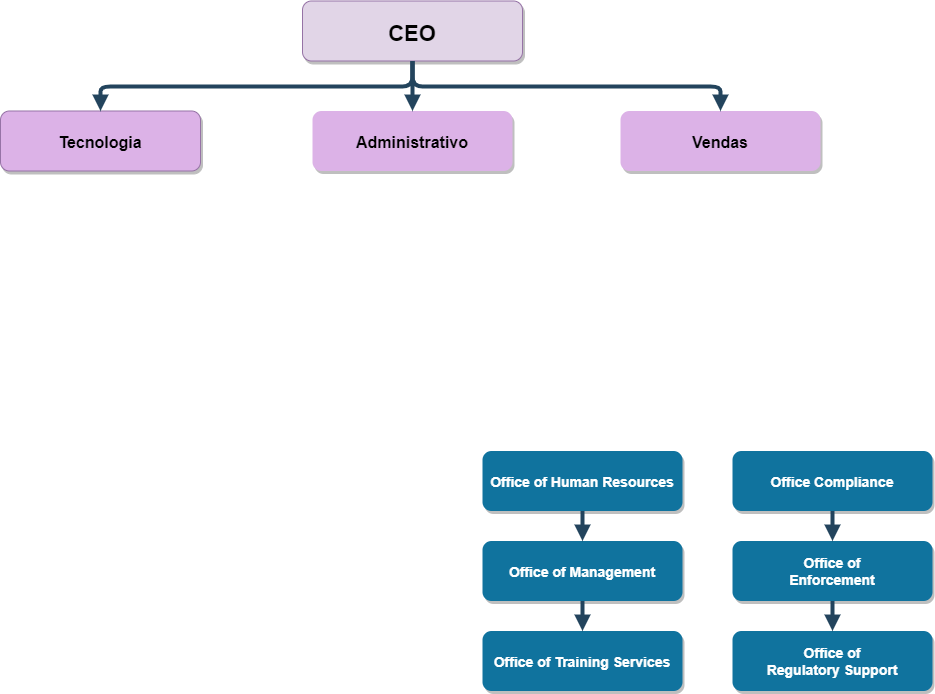
Above: Diagrama sem nome.drawio.png in leitoraincomum/Repl.it (draw.io), before the change. Source tidied: cells renumbered, new cells last; positions are measured from the earlier drawing's top-left corner, leaving out a move shared by most shapes.
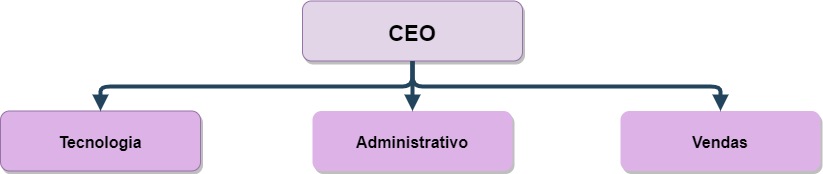
Above is the later version.

What changed in the source:
```diff
@@ -14,24 +14,6 @@
     <mxCell id="5" value="Vendas" style="rounded=1;fillColor=#DCB2E7;strokeColor=none;shadow=1;gradientColor=none;fontStyle=1;fontColor=#000000;fontSize=16;" parent="1" vertex="1">
       <mxGeometry x="620" y="109.5" width="200" height="60" as="geometry" />
     </mxCell>
-    <mxCell id="6" value="Office of Human Resources" style="rounded=1;fillColor=#10739E;strokeColor=none;shadow=1;gradientColor=none;fontStyle=1;fontColor=#FFFFFF;fontSize=14;" parent="1" vertex="1">
-      <mxGeometry x="482" y="449.5" width="200" height="60" as="geometry" />
-    </mxCell>
-    <mxCell id="7" value="Office of Management " style="rounded=1;fillColor=#10739E;strokeColor=none;shadow=1;gradientColor=none;fontStyle=1;fontColor=#FFFFFF;fontSize=14;" parent="1" vertex="1">
-      <mxGeometry x="482" y="539.5" width="200" height="60" as="geometry" />
-    </mxCell>
-    <mxCell id="8" value="Office of Training Services" style="rounded=1;fillColor=#10739E;strokeColor=none;shadow=1;gradientColor=none;fontStyle=1;fontColor=#FFFFFF;fontSize=14;" parent="1" vertex="1">
-      <mxGeometry x="482" y="629.5" width="200" height="60" as="geometry" />
-    </mxCell>
-    <mxCell id="9" value="Office Compliance" style="rounded=1;fillColor=#10739E;strokeColor=none;shadow=1;gradientColor=none;fontStyle=1;fontColor=#FFFFFF;fontSize=14;" parent="1" vertex="1">
-      <mxGeometry x="732" y="449.5" width="200" height="60" as="geometry" />
-    </mxCell>
-    <mxCell id="10" value="Office of &#10;Enforcement" style="rounded=1;fillColor=#10739E;strokeColor=none;shadow=1;gradientColor=none;fontStyle=1;fontColor=#FFFFFF;fontSize=14;" parent="1" vertex="1">
-      <mxGeometry x="732" y="539.5" width="200" height="60" as="geometry" />
-    </mxCell>
-    <mxCell id="11" value="Office of&#10; Regulatory Support" style="rounded=1;fillColor=#10739E;strokeColor=none;shadow=1;gradientColor=none;fontStyle=1;fontColor=#FFFFFF;fontSize=14;" parent="1" vertex="1">
-      <mxGeometry x="732" y="629.5" width="200" height="60" as="geometry" />
-    </mxCell>
     <mxCell id="12" style="edgeStyle=elbowEdgeStyle;elbow=vertical;strokeWidth=4;endArrow=block;endFill=1;fontStyle=1;strokeColor=#23445D;" parent="1" edge="1" source="2" target="4">
       <mxGeometry x="22" y="165.5" as="geometry" />
     </mxCell>
@@ -41,17 +23,5 @@
     <mxCell id="14" style="edgeStyle=elbowEdgeStyle;elbow=vertical;strokeWidth=4;endArrow=block;endFill=1;fontStyle=1;strokeColor=#23445D;" parent="1" edge="1" source="2" target="5">
       <mxGeometry x="22" y="165.5" as="geometry" />
     </mxCell>
-    <mxCell id="15" style="edgeStyle=elbowEdgeStyle;elbow=vertical;strokeWidth=4;endArrow=block;endFill=1;fontStyle=1;strokeColor=#23445D;" parent="1" edge="1" source="6" target="7">
-      <mxGeometry x="72" y="185.5" as="geometry" />
-    </mxCell>
-    <mxCell id="16" style="edgeStyle=elbowEdgeStyle;elbow=vertical;strokeWidth=4;endArrow=block;endFill=1;fontStyle=1;strokeColor=#23445D;" parent="1" edge="1" source="7" target="8">
-      <mxGeometry x="72" y="195.5" as="geometry" />
-    </mxCell>
-    <mxCell id="17" style="edgeStyle=elbowEdgeStyle;elbow=vertical;strokeWidth=4;endArrow=block;endFill=1;fontStyle=1;strokeColor=#23445D;" parent="1" edge="1" source="9" target="10">
-      <mxGeometry x="72" y="185.5" as="geometry" />
-    </mxCell>
-    <mxCell id="18" style="edgeStyle=elbowEdgeStyle;elbow=vertical;strokeWidth=4;endArrow=block;endFill=1;fontStyle=1;strokeColor=#23445D;" parent="1" edge="1" source="10" target="11">
-      <mxGeometry x="72" y="195.5" as="geometry" />
-    </mxCell>
   </root>
 </mxGraphModel>
```
